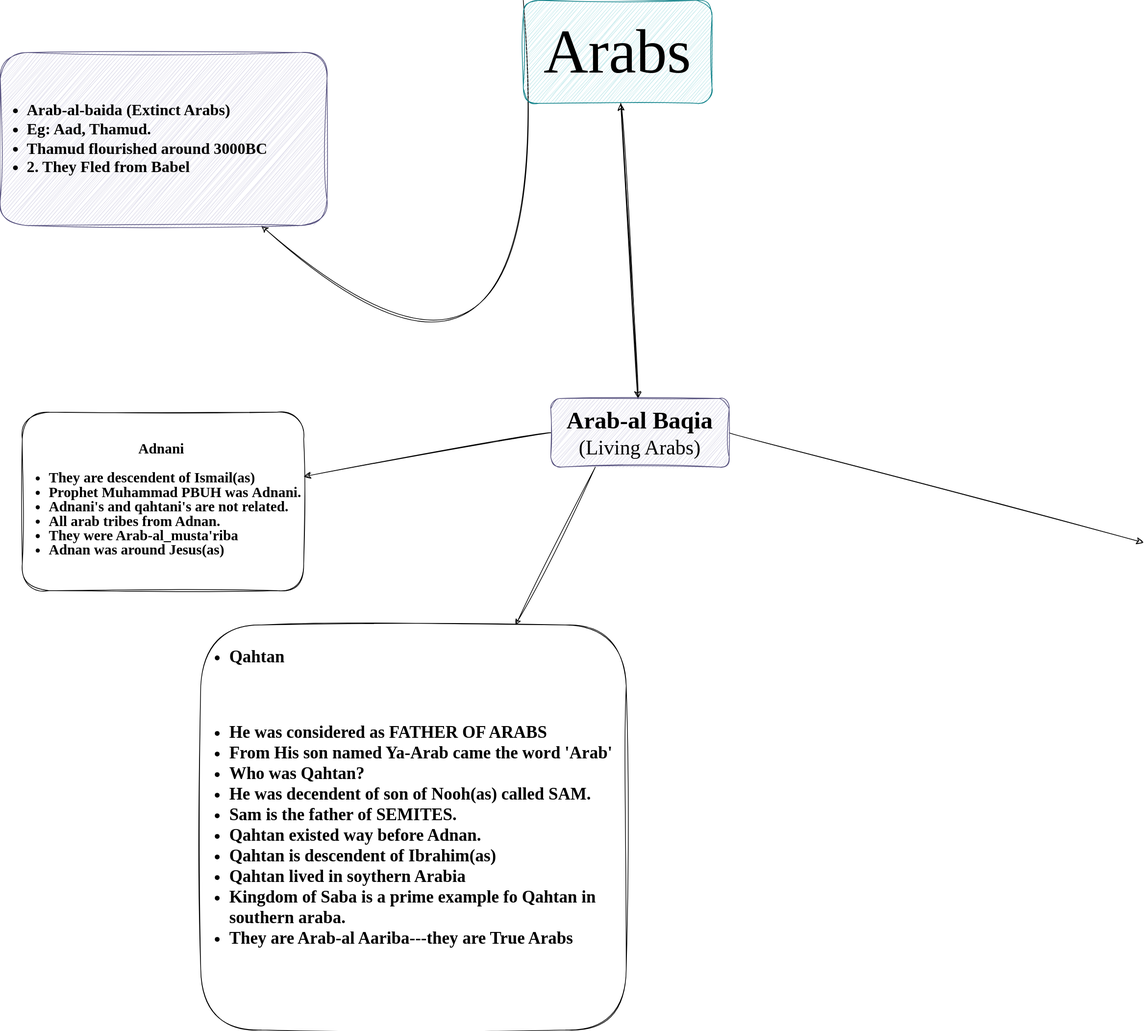
Before: Untitled Diagram.drawio.svg, a diagram exported from draw.io (Hamisoptimistic/Hamisoptimistic). Source tidied: cells renumbered, new cells last; positions are measured from the earlier drawing's top-left corner, leaving out a move shared by most shapes.
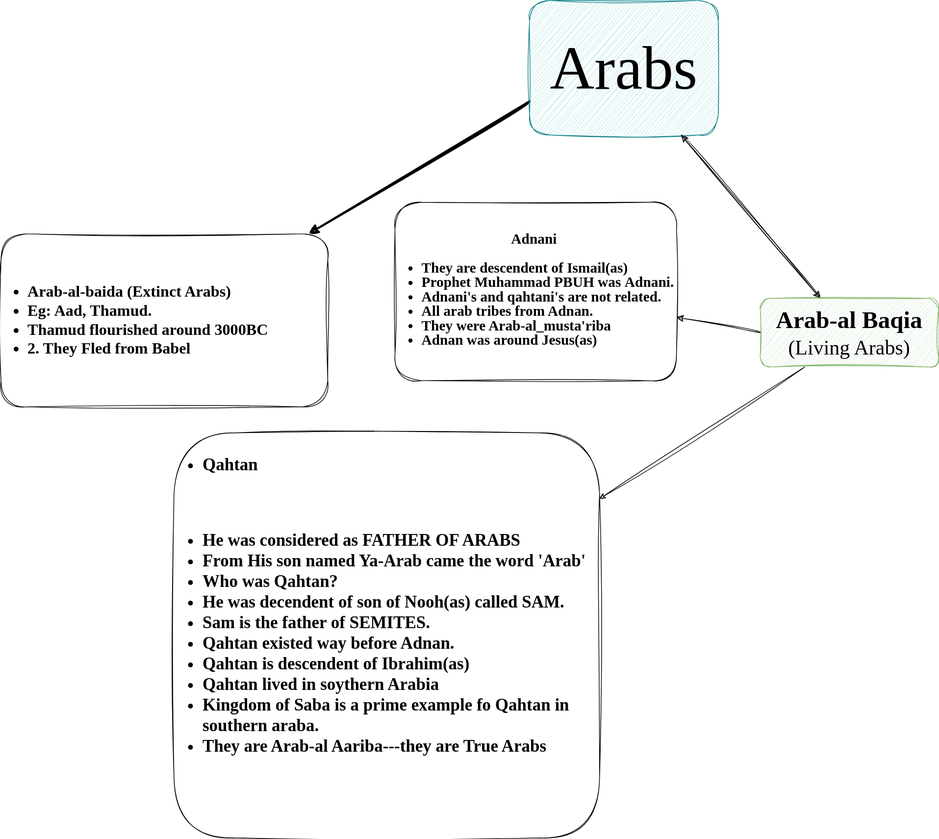
The same file after the commit.

Change to the diagram source:
```diff
@@ -2,18 +2,14 @@
   <root>
     <mxCell id="0" />
     <mxCell id="1" parent="0" />
+    <mxCell id="3" style="edgeStyle=none;curved=1;rounded=1;hachureGap=4;jettySize=auto;html=1;fontFamily=Architects Daughter;fontSource=https%3A%2F%2Ffonts.googleapis.com%2Fcss%3Ffamily%3DArchitects%2BDaughter;fontSize=21;startSize=8;endSize=8;spacing=-1;labelBackgroundColor=none;fontColor=default;sketch=1;curveFitting=1;jiggle=2;" parent="1" edge="1" source="4" target="9">
+      <mxGeometry relative="1" as="geometry" />
+    </mxCell>
-    <mxCell id="2" style="edgeStyle=none;curved=1;rounded=1;hachureGap=4;jettySize=auto;html=1;exitX=0;exitY=0;exitDx=0;exitDy=0;fontFamily=Architects Daughter;fontSource=https%3A%2F%2Ffonts.googleapis.com%2Fcss%3Ffamily%3DArchitects%2BDaughter;fontSize=21;startSize=8;endSize=8;labelBackgroundColor=none;fontColor=default;spacing=-1;sketch=1;curveFitting=1;jiggle=2;" parent="1" edge="1" source="4" target="11">
-      <mxGeometry relative="1" as="geometry">
-        <Array as="points">
-          <mxPoint x="822" y="720" />
-        </Array>
-      </mxGeometry>
+    <mxCell id="2" style="edgeStyle=none;shape=connector;curved=1;rounded=0;sketch=1;jiggle=2;curveFitting=1;jettySize=auto;html=1;exitX=0;exitY=0.75;exitDx=0;exitDy=0;labelBackgroundColor=default;strokeColor=default;strokeWidth=3;align=center;verticalAlign=middle;fontFamily=Helvetica;fontSize=12;fontColor=default;endArrow=classic;startSize=8;endSize=8;" parent="1" edge="1" source="4" target="11">
+      <mxGeometry relative="1" as="geometry" />
     </mxCell>
-    <mxCell id="3" style="edgeStyle=none;curved=1;rounded=1;hachureGap=4;jettySize=auto;html=1;fontFamily=Architects Daughter;fontSource=https%3A%2F%2Ffonts.googleapis.com%2Fcss%3Ffamily%3DArchitects%2BDaughter;fontSize=21;startSize=8;endSize=8;spacing=-1;labelBackgroundColor=none;fontColor=default;sketch=1;curveFitting=1;jiggle=2;" parent="1" edge="1" source="4" target="9">
-      <mxGeometry relative="1" as="geometry" />
-    </mxCell>
     <mxCell id="4" value="&lt;font style=&quot;font-size: 90px;&quot; face=&quot;Architects Daughter&quot;&gt;Arabs&lt;/font&gt;" style="rounded=1;whiteSpace=wrap;fontSize=21;fontFamily=Verdana;labelBorderColor=none;html=1;labelBackgroundColor=none;spacing=-1;sketch=1;curveFitting=1;jiggle=2;fillColor=#b0e3e6;strokeColor=#0e8088;" parent="1" vertex="1">
-      <mxGeometry x="762" width="275" height="150" as="geometry" />
+      <mxGeometry x="840" y="-442" width="275" height="196" as="geometry" />
     </mxCell>
     <mxCell id="5" style="edgeStyle=none;curved=1;rounded=1;hachureGap=4;jettySize=auto;html=1;fontFamily=Architects Daughter;fontSource=https%3A%2F%2Ffonts.googleapis.com%2Fcss%3Ffamily%3DArchitects%2BDaughter;fontSize=21;startSize=8;endSize=8;spacing=-1;labelBackgroundColor=none;fontColor=default;verticalAlign=bottom;sketch=1;curveFitting=1;jiggle=2;" parent="1" edge="1" source="9" target="4">
       <mxGeometry relative="1" as="geometry" />
@@ -24,22 +20,17 @@
     <mxCell id="7" style="edgeStyle=none;rounded=1;hachureGap=4;jettySize=auto;html=1;exitX=0.25;exitY=1;exitDx=0;exitDy=0;fontFamily=Architects Daughter;fontSource=https%3A%2F%2Ffonts.googleapis.com%2Fcss%3Ffamily%3DArchitects%2BDaughter;fontSize=16;sketch=1;curveFitting=1;jiggle=2;" parent="1" edge="1" source="9" target="12">
       <mxGeometry relative="1" as="geometry" />
     </mxCell>
-    <mxCell id="8" style="edgeStyle=none;curved=1;rounded=0;sketch=1;hachureGap=4;jiggle=2;curveFitting=1;jettySize=auto;html=1;exitX=1;exitY=0.5;exitDx=0;exitDy=0;fontFamily=Architects Daughter;fontSource=https%3A%2F%2Ffonts.googleapis.com%2Fcss%3Ffamily%3DArchitects%2BDaughter;fontSize=16;startSize=8;endSize=8;" parent="1" edge="1" source="9">
-      <mxGeometry relative="1" as="geometry">
-        <mxPoint x="1666" y="790" as="targetPoint" />
-      </mxGeometry>
-    </mxCell>
-    <mxCell id="9" value="&lt;b style=&quot;font-size: 35px;&quot;&gt;Arab-al Baqia&lt;br style=&quot;&quot;&gt;&lt;/b&gt;(Living Arabs)" style="rounded=1;whiteSpace=wrap;html=1;hachureGap=4;fontFamily=Architects Daughter;fontSource=https%3A%2F%2Ffonts.googleapis.com%2Fcss%3Ffamily%3DArchitects%2BDaughter;fontSize=30;spacing=-1;labelBackgroundColor=none;sketch=1;curveFitting=1;jiggle=2;fillColor=#d0cee2;strokeColor=#56517e;" parent="1" vertex="1">
-      <mxGeometry x="802" y="580" width="260" height="100" as="geometry" />
+    <mxCell id="9" value="&lt;b style=&quot;font-size: 35px;&quot;&gt;Arab-al Baqia&lt;br style=&quot;&quot;&gt;&lt;/b&gt;(Living Arabs)" style="rounded=1;whiteSpace=wrap;html=1;hachureGap=4;fontFamily=Architects Daughter;fontSource=https%3A%2F%2Ffonts.googleapis.com%2Fcss%3Ffamily%3DArchitects%2BDaughter;fontSize=30;spacing=-1;labelBackgroundColor=none;sketch=1;curveFitting=1;jiggle=2;fillColor=#d5e8d4;strokeColor=#82b366;" parent="1" vertex="1">
+      <mxGeometry x="1176" y="-8" width="260" height="100" as="geometry" />
     </mxCell>
     <mxCell id="10" value="&lt;h1 style=&quot;text-align: center; line-height: 100%; font-size: 21px;&quot;&gt;&lt;font face=&quot;Architects Daughter&quot; style=&quot;font-size: 21px;&quot;&gt;&lt;b style=&quot;&quot;&gt;Adnani&lt;/b&gt;&lt;/font&gt;&lt;/h1&gt;&lt;font face=&quot;Architects Daughter&quot; style=&quot;font-size: 21px;&quot;&gt;&lt;div style=&quot;line-height: 100%;&quot;&gt;&lt;ul style=&quot;line-height: 100%;&quot;&gt;&lt;li style=&quot;&quot;&gt;&lt;b style=&quot;font-family: &amp;quot;Architects Daughter&amp;quot;; background-color: initial;&quot;&gt;They are descendent of Ismail(as)&lt;/b&gt;&lt;/li&gt;&lt;li style=&quot;&quot;&gt;&lt;b style=&quot;&quot;&gt;Prophet Muhammad PBUH was&amp;nbsp;&lt;/b&gt;&lt;b style=&quot;background-color: initial;&quot;&gt;Adnani.&lt;/b&gt;&lt;/li&gt;&lt;li style=&quot;&quot;&gt;&lt;b style=&quot;&quot;&gt;Adnani's and qahtani's are not related.&lt;/b&gt;&lt;/li&gt;&lt;li style=&quot;&quot;&gt;&lt;b style=&quot;&quot;&gt;All arab tribes from Adnan.&lt;/b&gt;&lt;/li&gt;&lt;li style=&quot;&quot;&gt;&lt;b style=&quot;&quot;&gt;They were Arab-al_musta'riba&lt;/b&gt;&lt;/li&gt;&lt;li style=&quot;&quot;&gt;&lt;b style=&quot;&quot;&gt;Adnan was around Jesus(as)&lt;/b&gt;&lt;/li&gt;&lt;/ul&gt;&lt;/div&gt;&lt;/font&gt;" style="rounded=1;html=1;hachureGap=4;align=left;textDirection=ltr;fontSize=41;spacing=-1;labelBackgroundColor=none;sketch=1;curveFitting=1;jiggle=2;" parent="1" vertex="1">
-      <mxGeometry x="32" y="600" width="410" height="260" as="geometry" />
+      <mxGeometry x="644" y="-148" width="410" height="260" as="geometry" />
     </mxCell>
-    <mxCell id="11" value="&lt;div style=&quot;&quot;&gt;&lt;ul&gt;&lt;li&gt;&lt;b&gt;Arab-al-baida (Extinct Arabs)&lt;/b&gt;&lt;/li&gt;&lt;li&gt;&lt;b style=&quot;background-color: initial;&quot;&gt;Eg: Aad, Thamud.&lt;/b&gt;&lt;/li&gt;&lt;li&gt;&lt;b&gt;Thamud flourished around 3000BC&amp;nbsp;&lt;/b&gt;&lt;/li&gt;&lt;li&gt;&lt;b&gt;2. They Fled from Babel&lt;/b&gt;&lt;/li&gt;&lt;/ul&gt;&lt;/div&gt;" style="rounded=1;whiteSpace=wrap;html=1;hachureGap=4;fontFamily=Architects Daughter;fontSource=https%3A%2F%2Ffonts.googleapis.com%2Fcss%3Ffamily%3DArchitects%2BDaughter;fontSize=23;spacing=-1;labelBackgroundColor=none;align=left;sketch=1;curveFitting=1;jiggle=2;fillColor=#d0cee2;strokeColor=#56517e;" parent="1" vertex="1">
-      <mxGeometry y="76" width="476" height="252" as="geometry" />
+    <mxCell id="11" value="&lt;div style=&quot;&quot;&gt;&lt;ul&gt;&lt;li&gt;&lt;b&gt;Arab-al-baida (Extinct Arabs)&lt;/b&gt;&lt;/li&gt;&lt;li&gt;&lt;b style=&quot;background-color: initial;&quot;&gt;Eg: Aad, Thamud.&lt;/b&gt;&lt;/li&gt;&lt;li&gt;&lt;b&gt;Thamud flourished around 3000BC&amp;nbsp;&lt;/b&gt;&lt;/li&gt;&lt;li&gt;&lt;b&gt;2. They Fled from Babel&lt;/b&gt;&lt;/li&gt;&lt;/ul&gt;&lt;/div&gt;" style="rounded=1;whiteSpace=wrap;html=1;hachureGap=4;fontFamily=Architects Daughter;fontSource=https%3A%2F%2Ffonts.googleapis.com%2Fcss%3Ffamily%3DArchitects%2BDaughter;fontSize=23;spacing=-1;labelBackgroundColor=none;align=left;sketch=1;curveFitting=1;jiggle=2;" parent="1" vertex="1">
+      <mxGeometry x="70" y="-102" width="476" height="252" as="geometry" />
     </mxCell>
     <mxCell id="12" value="&lt;ul&gt;&lt;li&gt;&lt;b&gt;Qahtan&lt;/b&gt;&lt;/li&gt;&lt;/ul&gt;&lt;div&gt;&lt;b&gt;&lt;br&gt;&lt;/b&gt;&lt;/div&gt;&lt;ul&gt;&lt;li&gt;&lt;b style=&quot;&quot;&gt;He was considered as FATHER OF ARABS&lt;/b&gt;&lt;/li&gt;&lt;li&gt;&lt;b style=&quot;&quot;&gt;From His son named Ya-Arab came the word 'Arab'&lt;/b&gt;&lt;/li&gt;&lt;li&gt;&lt;b style=&quot;&quot;&gt;Who was Qahtan?&lt;/b&gt;&lt;/li&gt;&lt;li&gt;&lt;b style=&quot;&quot;&gt;He was decendent of son of Nooh(as) called SAM.&lt;/b&gt;&lt;/li&gt;&lt;li&gt;&lt;b style=&quot;&quot;&gt;Sam is the father of SEMITES.&lt;/b&gt;&lt;/li&gt;&lt;li&gt;&lt;b style=&quot;&quot;&gt;Qahtan existed way before Adnan.&lt;/b&gt;&lt;/li&gt;&lt;li&gt;&lt;b style=&quot;&quot;&gt;Qahtan is descendent of Ibrahim(as)&lt;/b&gt;&lt;/li&gt;&lt;li&gt;&lt;b style=&quot;&quot;&gt;Qahtan lived in soythern Arabia&lt;/b&gt;&lt;/li&gt;&lt;li&gt;&lt;b style=&quot;&quot;&gt;Kingdom of Saba is a prime example fo Qahtan in southern araba.&lt;/b&gt;&lt;/li&gt;&lt;li&gt;&lt;b style=&quot;&quot;&gt;They are Arab-al Aariba---they are True Arabs&lt;/b&gt;&lt;/li&gt;&lt;/ul&gt;" style="rounded=1;whiteSpace=wrap;html=1;hachureGap=4;fontFamily=Architects Daughter;fontSource=https%3A%2F%2Ffonts.googleapis.com%2Fcss%3Ffamily%3DArchitects%2BDaughter;fontSize=25;gradientColor=none;align=left;verticalAlign=top;textDirection=ltr;labelBorderColor=none;labelBackgroundColor=none;sketch=1;curveFitting=1;jiggle=2;" parent="1" vertex="1">
-      <mxGeometry x="292" y="910" width="620" height="590" as="geometry" />
+      <mxGeometry x="322" y="188" width="620" height="590" as="geometry" />
     </mxCell>
   </root>
 </mxGraphModel>
```
